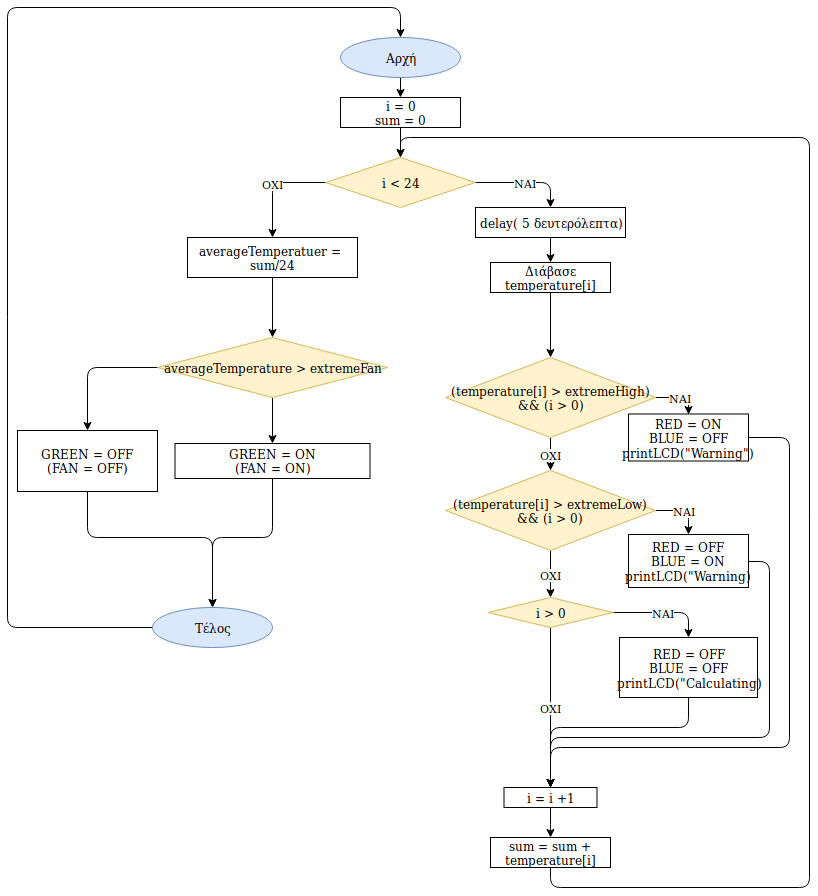
akdimitri/Microprocessors-and-Peripherals-Arduino-Project keeps this draw.io diagram as draw.io/Arduino.png. Above is the earlier version. Source tidied: cells renumbered, new cells last; positions are measured from the earlier drawing's top-left corner, leaving out a move shared by most shapes.
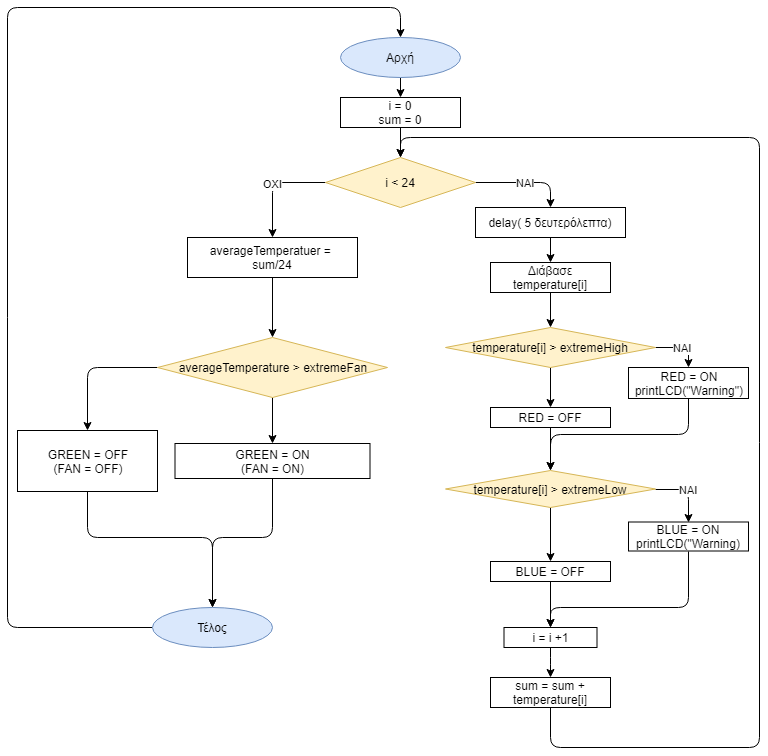
Later version of the same file.

Commit message:
Simplified Diagrams

Diff of the diagram source:
```diff
@@ -36,7 +36,7 @@
       <mxGeometry relative="1" as="geometry" />
     </mxCell>
     <mxCell id="13" value="i = i +1" style="rounded=0;whiteSpace=wrap;html=1;" parent="1" vertex="1">
-      <mxGeometry x="496.5" y="780" width="93" height="20" as="geometry" />
+      <mxGeometry x="496.5" y="620" width="93" height="20" as="geometry" />
     </mxCell>
     <mxCell id="14" style="edgeStyle=orthogonalEdgeStyle;rounded=0;orthogonalLoop=1;jettySize=auto;html=1;exitX=0.5;exitY=1;exitDx=0;exitDy=0;" parent="1" edge="1">
       <mxGeometry relative="1" as="geometry">
@@ -90,45 +90,29 @@
     <mxCell id="26" value="NAI" style="edgeStyle=orthogonalEdgeStyle;rounded=1;jettySize=auto;html=1;exitX=1;exitY=0.5;exitDx=0;exitDy=0;entryX=0.5;entryY=0;entryDx=0;entryDy=0;" parent="1" edge="1" source="28" target="30">
       <mxGeometry relative="1" as="geometry" />
     </mxCell>
-    <mxCell id="27" value="OXI" style="edgeStyle=orthogonalEdgeStyle;rounded=0;jettySize=auto;html=1;exitX=0.5;exitY=1;exitDx=0;exitDy=0;entryX=0.5;entryY=0;entryDx=0;entryDy=0;" parent="1" edge="1" source="28" target="40">
-      <mxGeometry relative="1" as="geometry" />
-    </mxCell>
+    <mxCell id="45" style="edgeStyle=orthogonalEdgeStyle;rounded=1;jettySize=auto;html=1;exitX=0.5;exitY=1;exitDx=0;exitDy=0;entryX=0.5;entryY=0;entryDx=0;entryDy=0;" parent="1" edge="1" source="28" target="49">
+      <mxGeometry relative="1" as="geometry" />
+    </mxCell>
-    <mxCell id="28" value="(temperature[i] &amp;gt; extremeHigh)&lt;br&gt;&amp;amp;&amp;amp; (i &amp;gt; 0)" style="rhombus;whiteSpace=wrap;html=1;fillColor=#fff2cc;strokeColor=#d6b656;" parent="1" vertex="1">
-      <mxGeometry x="438" y="350" width="210" height="80" as="geometry" />
+    <mxCell id="28" value="temperature[i] &amp;gt; extremeHigh&lt;br&gt;" style="rhombus;whiteSpace=wrap;html=1;fillColor=#fff2cc;strokeColor=#d6b656;" parent="1" vertex="1">
+      <mxGeometry x="438" y="320" width="210" height="40" as="geometry" />
     </mxCell>
-    <mxCell id="29" style="edgeStyle=orthogonalEdgeStyle;rounded=1;jettySize=auto;html=1;exitX=1;exitY=0.5;exitDx=0;exitDy=0;entryX=0.5;entryY=0;entryDx=0;entryDy=0;" parent="1" edge="1" source="30" target="13">
-      <mxGeometry relative="1" as="geometry">
-        <Array as="points">
-          <mxPoint x="782" y="430" />
-          <mxPoint x="782" y="740" />
-          <mxPoint x="543" y="740" />
-        </Array>
-      </mxGeometry>
-    </mxCell>
+    <mxCell id="46" style="edgeStyle=orthogonalEdgeStyle;rounded=1;jettySize=auto;html=1;exitX=0.5;exitY=1;exitDx=0;exitDy=0;" parent="1" edge="1" source="30" target="40">
+      <mxGeometry relative="1" as="geometry" />
+    </mxCell>
-    <mxCell id="30" value="RED = ON&lt;br&gt;BLUE = OFF&lt;br&gt;printLCD(&quot;Warning&quot;)&lt;br&gt;" style="rounded=0;whiteSpace=wrap;html=1;" parent="1" vertex="1">
-      <mxGeometry x="621" y="406.5" width="120" height="47" as="geometry" />
+    <mxCell id="30" value="RED = ON&lt;br&gt;printLCD(&quot;Warning&quot;)&lt;br&gt;" style="rounded=0;whiteSpace=wrap;html=1;" parent="1" vertex="1">
+      <mxGeometry x="621" y="360" width="120" height="31" as="geometry" />
     </mxCell>
-    <mxCell id="31" style="edgeStyle=orthogonalEdgeStyle;rounded=1;jettySize=auto;html=1;exitX=1;exitY=0.5;exitDx=0;exitDy=0;entryX=0.5;entryY=0;entryDx=0;entryDy=0;" parent="1" edge="1" source="32" target="13">
+    <mxCell id="31" style="edgeStyle=orthogonalEdgeStyle;rounded=1;jettySize=auto;html=1;exitX=0.5;exitY=1;exitDx=0;exitDy=0;entryX=0.5;entryY=0;entryDx=0;entryDy=0;" parent="1" edge="1" source="32" target="13">
       <mxGeometry relative="1" as="geometry">
         <Array as="points">
-          <mxPoint x="762" y="554" />
-          <mxPoint x="762" y="730" />
-          <mxPoint x="543" y="730" />
+          <mxPoint x="681" y="600" />
+          <mxPoint x="543" y="600" />
         </Array>
       </mxGeometry>
     </mxCell>
-    <mxCell id="32" value="RED = OFF&lt;br&gt;BLUE = ON&lt;br&gt;printLCD(&quot;Warning)&lt;br&gt;" style="rounded=0;whiteSpace=wrap;html=1;" parent="1" vertex="1">
-      <mxGeometry x="621" y="527" width="120" height="53" as="geometry" />
+    <mxCell id="32" value="BLUE = ON&lt;br&gt;printLCD(&quot;Warning)&lt;br&gt;" style="rounded=0;whiteSpace=wrap;html=1;" parent="1" vertex="1">
+      <mxGeometry x="621" y="514.5" width="120" height="29" as="geometry" />
     </mxCell>
-    <mxCell id="33" value="OXI" style="edgeStyle=orthogonalEdgeStyle;rounded=1;jettySize=auto;html=1;exitX=0.5;exitY=1;exitDx=0;exitDy=0;entryX=0.5;entryY=0;entryDx=0;entryDy=0;" parent="1" edge="1" source="35" target="13">
-      <mxGeometry relative="1" as="geometry" />
-    </mxCell>
-    <mxCell id="34" value="NAI" style="edgeStyle=orthogonalEdgeStyle;rounded=1;jettySize=auto;html=1;exitX=1;exitY=0.5;exitDx=0;exitDy=0;entryX=0.5;entryY=0;entryDx=0;entryDy=0;" parent="1" edge="1" source="35" target="42">
-      <mxGeometry relative="1" as="geometry" />
-    </mxCell>
-    <mxCell id="35" value="i &amp;gt; 0" style="rhombus;whiteSpace=wrap;html=1;fillColor=#fff2cc;strokeColor=#d6b656;" parent="1" vertex="1">
-      <mxGeometry x="480.5" y="590" width="125" height="30" as="geometry" />
-    </mxCell>
     <mxCell id="36" style="edgeStyle=orthogonalEdgeStyle;rounded=1;jettySize=auto;html=1;exitX=0;exitY=0.5;exitDx=0;exitDy=0;entryX=0.5;entryY=0;entryDx=0;entryDy=0;" parent="1" edge="1" source="37" target="25">
       <mxGeometry relative="1" as="geometry">
         <Array as="points">
@@ -144,35 +128,36 @@
     <mxCell id="38" value="NAI" style="edgeStyle=orthogonalEdgeStyle;rounded=1;jettySize=auto;html=1;exitX=1;exitY=0.5;exitDx=0;exitDy=0;entryX=0.5;entryY=0;entryDx=0;entryDy=0;" parent="1" edge="1" source="40" target="32">
       <mxGeometry relative="1" as="geometry" />
     </mxCell>
-    <mxCell id="39" value="OXI" style="edgeStyle=orthogonalEdgeStyle;rounded=1;jettySize=auto;html=1;exitX=0.5;exitY=1;exitDx=0;exitDy=0;" parent="1" edge="1" source="40" target="35">
-      <mxGeometry relative="1" as="geometry" />
-    </mxCell>
+    <mxCell id="47" style="edgeStyle=orthogonalEdgeStyle;rounded=1;jettySize=auto;html=1;exitX=0.5;exitY=1;exitDx=0;exitDy=0;entryX=0.5;entryY=0;entryDx=0;entryDy=0;" parent="1" edge="1" source="40" target="51">
+      <mxGeometry relative="1" as="geometry" />
+    </mxCell>
-    <mxCell id="40" value="(temperature[i] &amp;gt; extremeLow)&lt;br&gt;&amp;amp;&amp;amp; (i &amp;gt; 0)" style="rhombus;whiteSpace=wrap;html=1;fillColor=#fff2cc;strokeColor=#d6b656;" parent="1" vertex="1">
-      <mxGeometry x="438" y="463" width="210" height="80" as="geometry" />
+    <mxCell id="40" value="temperature[i] &amp;gt; extremeLow&lt;br&gt;" style="rhombus;whiteSpace=wrap;html=1;fillColor=#fff2cc;strokeColor=#d6b656;" parent="1" vertex="1">
+      <mxGeometry x="438" y="463" width="210" height="37" as="geometry" />
     </mxCell>
-    <mxCell id="41" style="edgeStyle=orthogonalEdgeStyle;rounded=1;jettySize=auto;html=1;exitX=0.5;exitY=1;exitDx=0;exitDy=0;entryX=0.5;entryY=0;entryDx=0;entryDy=0;" parent="1" edge="1" source="42" target="13">
-      <mxGeometry relative="1" as="geometry">
-        <Array as="points">
-          <mxPoint x="681" y="720" />
-          <mxPoint x="543" y="720" />
-        </Array>
-      </mxGeometry>
-    </mxCell>
-    <mxCell id="42" value="RED = OFF&lt;br&gt;BLUE = OFF&lt;br&gt;printLCD(&quot;Calculating)" style="rounded=0;whiteSpace=wrap;html=1;" parent="1" vertex="1">
-      <mxGeometry x="612" y="630" width="138" height="60" as="geometry" />
-    </mxCell>
     <mxCell id="43" style="edgeStyle=orthogonalEdgeStyle;rounded=1;jettySize=auto;html=1;exitX=0.5;exitY=1;exitDx=0;exitDy=0;entryX=0.5;entryY=0;entryDx=0;entryDy=0;" parent="1" edge="1" source="44" target="5">
       <mxGeometry relative="1" as="geometry">
         <Array as="points">
-          <mxPoint x="543" y="880" />
-          <mxPoint x="802" y="880" />
-          <mxPoint x="802" y="130" />
+          <mxPoint x="543" y="740" />
+          <mxPoint x="752" y="740" />
+          <mxPoint x="752" y="130" />
           <mxPoint x="393" y="130" />
         </Array>
       </mxGeometry>
     </mxCell>
     <mxCell id="44" value="sum = sum + temperature[i]" style="rounded=0;whiteSpace=wrap;html=1;" parent="1" vertex="1">
-      <mxGeometry x="483" y="830" width="120" height="30" as="geometry" />
+      <mxGeometry x="483" y="670" width="120" height="30" as="geometry" />
     </mxCell>
+    <mxCell id="48" style="edgeStyle=orthogonalEdgeStyle;rounded=1;jettySize=auto;html=1;exitX=0.5;exitY=1;exitDx=0;exitDy=0;" parent="1" edge="1" source="49" target="40">
+      <mxGeometry relative="1" as="geometry" />
+    </mxCell>
+    <mxCell id="49" value="RED = OFF" style="rounded=0;whiteSpace=wrap;html=1;" parent="1" vertex="1">
+      <mxGeometry x="483" y="400" width="120" height="20" as="geometry" />
+    </mxCell>
+    <mxCell id="50" style="edgeStyle=orthogonalEdgeStyle;rounded=1;jettySize=auto;html=1;exitX=0.5;exitY=1;exitDx=0;exitDy=0;" parent="1" edge="1" source="51" target="13">
+      <mxGeometry relative="1" as="geometry" />
+    </mxCell>
+    <mxCell id="51" value="BLUE = OFF" style="rounded=0;whiteSpace=wrap;html=1;" parent="1" vertex="1">
+      <mxGeometry x="483" y="554" width="120" height="20" as="geometry" />
+    </mxCell>
   </root>
 </mxGraphModel>
```
